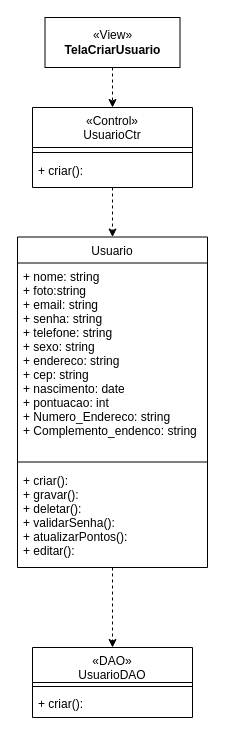
Above: Documentação/Diagramas/Diagramas de Casos de Uso/Diagrama Caso de Uso Cadastrar Usuário.drawio in frsouzaa/Documentacao-TCC-NossaVia (draw.io), before the change. Source tidied: cells renumbered, new cells numbered last; positions are measured from the earlier drawing's top-left corner, leaving out a move shared by most shapes. Both pictures are drawn from the tidied source at 100%, with x=0, y=0 at pixel (17, 17).
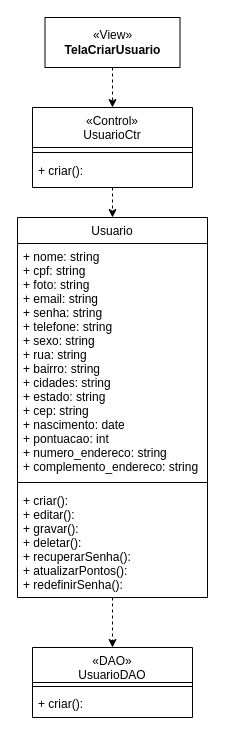
The same diagram, later.

Diff of the diagram source:
```diff
@@
 <mxGraphModel>
   <root>
     <mxCell id="0" />
     <mxCell id="1" parent="0" />
     <mxCell id="2" style="edgeStyle=orthogonalEdgeStyle;rounded=0;jettySize=auto;html=1;exitX=0.5;exitY=1;exitDx=0;exitDy=0;entryX=0.5;entryY=0;entryDx=0;entryDy=0;dashed=1;" parent="1" edge="1" source="3" target="7">
       <mxGeometry relative="1" as="geometry" />
     </mxCell>
     <mxCell id="3" value="Usuario" style="swimlane;fontStyle=0;align=center;verticalAlign=top;horizontal=1;startSize=26;rounded=0;shadow=0;strokeWidth=1;" parent="1" vertex="1">
-      <mxGeometry y="219.5" width="190" height="330.5" as="geometry" />
+      <mxGeometry y="200" width="190" height="380" as="geometry" />
     </mxCell>
-    <mxCell id="4" value="+ nome: string&#10;+ foto:string&#10;+ email: string&#10;+ senha: string&#10;+ telefone: string&#10;+ sexo: string&#10;+ endereco: string&#10;+ cep: string&#10;+ nascimento: date&#10;+ pontuacao: int&#10;+ Numero_Endereco: string &#10;+ Complemento_endenco: string" style="text;align=left;verticalAlign=top;spacingLeft=4;spacingRight=4;overflow=hidden;" parent="3" vertex="1">
-      <mxGeometry y="26" width="190" height="194" as="geometry" />
+    <mxCell id="4" value="+ nome: string&#10;+ cpf: string&#10;+ foto: string&#10;+ email: string&#10;+ senha: string&#10;+ telefone: string&#10;+ sexo: string&#10;+ rua: string&#10;+ bairro: string&#10;+ cidades: string&#10;+ estado: string&#10;+ cep: string&#10;+ nascimento: date&#10;+ pontuacao: int&#10;+ numero_endereco: string&#10;+ complemento_endereco: string" style="text;align=left;verticalAlign=top;spacingLeft=4;spacingRight=4;overflow=hidden;" parent="3" vertex="1">
+      <mxGeometry y="26" width="190" height="234" as="geometry" />
     </mxCell>
     <mxCell id="5" style="line;html=1;strokeWidth=1;align=left;verticalAlign=middle;spacingTop=-1;spacingLeft=3;spacingRight=3;labelPosition=right;" parent="3" vertex="1">
-      <mxGeometry y="220" width="190" height="10" as="geometry" />
+      <mxGeometry y="260" width="190" height="10" as="geometry" />
     </mxCell>
-    <mxCell id="6" value="+ criar(): &#10;+ gravar():&#10;+ deletar(): &#10;+ validarSenha():&#10;+ atualizarPontos():&#10;+ editar():" style="text;align=left;verticalAlign=top;spacingLeft=4;spacingRight=4;overflow=hidden;" parent="3" vertex="1">
-      <mxGeometry y="230" width="190" height="92" as="geometry" />
+    <mxCell id="6" value="+ criar():&#10;+ editar(): &#10;+ gravar():&#10;+ deletar(): &#10;+ recuperarSenha():&#10;+ atualizarPontos():&#10;+ redefinirSenha():" style="text;align=left;verticalAlign=top;spacingLeft=4;spacingRight=4;overflow=hidden;" parent="3" vertex="1">
+      <mxGeometry y="270" width="190" height="110" as="geometry" />
     </mxCell>
     <mxCell id="7" value="«DAO»&#10;UsuarioDAO&#10;" style="swimlane;fontStyle=0;align=center;verticalAlign=top;horizontal=1;startSize=35;rounded=0;shadow=0;strokeWidth=1;" parent="1" vertex="1">
       <mxGeometry x="15" y="630" width="160" height="70" as="geometry" />
     </mxCell>
     <mxCell id="8" style="line;html=1;strokeWidth=1;align=left;verticalAlign=middle;spacingTop=-1;spacingLeft=3;spacingRight=3;labelPosition=right;" parent="7" vertex="1">
       <mxGeometry y="35" width="160" height="8" as="geometry" />
     </mxCell>
     <mxCell id="9" value="+ criar():" style="text;align=left;verticalAlign=top;spacingLeft=4;spacingRight=4;overflow=hidden;" parent="7" vertex="1">
       <mxGeometry y="43" width="160" height="27" as="geometry" />
     </mxCell>
     <mxCell id="10" style="edgeStyle=orthogonalEdgeStyle;rounded=0;jettySize=auto;html=1;entryX=0.5;entryY=0;entryDx=0;entryDy=0;dashed=1;" parent="1" edge="1" source="11" target="13">
       <mxGeometry relative="1" as="geometry" />
     </mxCell>
     <mxCell id="11" value="«View»&lt;br&gt;&lt;b&gt;TelaCriarUsuario&lt;br&gt;&lt;/b&gt;" style="html=1;whiteSpace=wrap;" parent="1" vertex="1">
       <mxGeometry x="27.5" width="135" height="50" as="geometry" />
     </mxCell>
     <mxCell id="12" style="edgeStyle=orthogonalEdgeStyle;rounded=0;jettySize=auto;html=1;exitX=0.5;exitY=1;exitDx=0;exitDy=0;dashed=1;entryX=0.5;entryY=0;entryDx=0;entryDy=0;" parent="1" edge="1" source="13" target="3">
       <mxGeometry relative="1" as="geometry" />
     </mxCell>
     <mxCell id="13" value="«Control»&#10;UsuarioCtr" style="swimlane;fontStyle=0;align=center;verticalAlign=top;horizontal=1;startSize=40;rounded=0;shadow=0;strokeWidth=1;" parent="1" vertex="1">
       <mxGeometry x="15" y="90" width="160" height="80" as="geometry" />
     </mxCell>
     <mxCell id="14" style="line;html=1;strokeWidth=1;align=left;verticalAlign=middle;spacingTop=-1;spacingLeft=3;spacingRight=3;labelPosition=right;" parent="13" vertex="1">
       <mxGeometry y="40" width="160" height="10" as="geometry" />
     </mxCell>
     <mxCell id="15" value="+ criar():&#10;" style="text;align=left;verticalAlign=top;spacingLeft=4;spacingRight=4;overflow=hidden;" parent="13" vertex="1">
       <mxGeometry y="50" width="160" height="30" as="geometry" />
     </mxCell>
   </root>
 </mxGraphModel>
```
